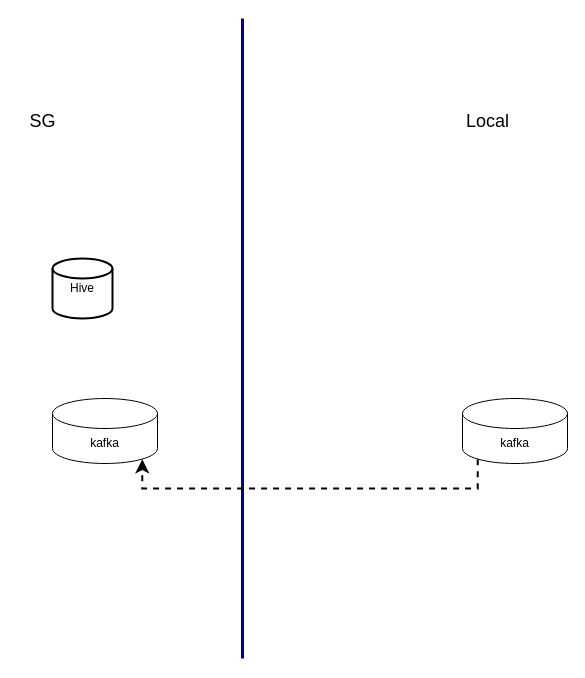
Earlier version of the draw.io diagram 未命名绘图.drawio (LadyTao/learn). Source tidied: cells renumbered, new cells numbered last; positions are measured from the earlier drawing's top-left corner, leaving out a move shared by most shapes. Both pictures are drawn from the tidied source at 100%, with x=0, y=0 at pixel (17, 18).
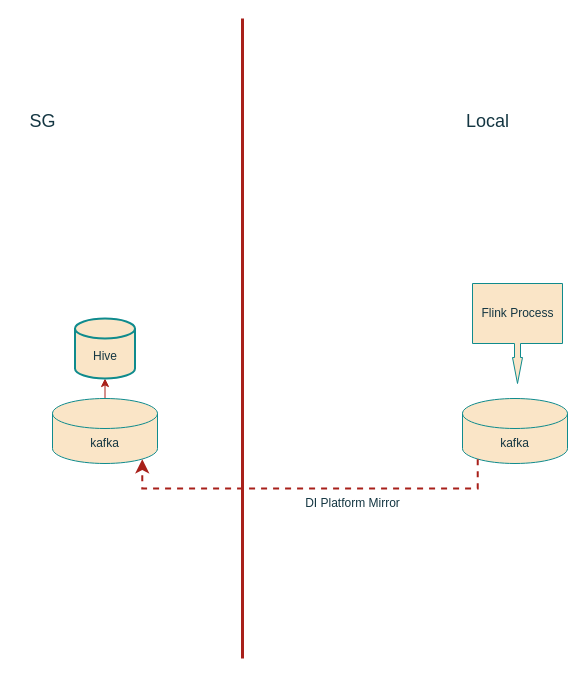
Above is the later version.

Commit message (it also covers changes not shown here):
更新未命名绘图.drawio

Diff of the diagram source:
```diff
@@
 <mxGraphModel>
   <root>
     <mxCell id="0" />
     <mxCell id="1" parent="0" />
-    <mxCell id="2" value="kafka" style="shape=cylinder3;whiteSpace=wrap;html=1;boundedLbl=1;backgroundOutline=1;size=15;rotation=0;" parent="1" vertex="1">
+    <mxCell id="2" value="kafka" style="shape=cylinder3;whiteSpace=wrap;html=1;boundedLbl=1;backgroundOutline=1;size=15;rotation=0;labelBackgroundColor=none;fillColor=#FAE5C7;strokeColor=#0F8B8D;fontColor=#143642;" parent="1" vertex="1">
       <mxGeometry x="445" y="380" width="105" height="65" as="geometry" />
     </mxCell>
+    <mxCell id="9" style="edgeStyle=orthogonalEdgeStyle;rounded=0;jettySize=auto;html=1;exitX=0.5;exitY=0;exitDx=0;exitDy=0;exitPerimeter=0;entryX=0.5;entryY=1;entryDx=0;entryDy=0;entryPerimeter=0;strokeColor=#A8201A;fontColor=#143642;fillColor=#FAE5C7;" parent="1" edge="1" source="3" target="4">
+      <mxGeometry relative="1" as="geometry" />
+    </mxCell>
-    <mxCell id="3" value="kafka" style="shape=cylinder3;whiteSpace=wrap;html=1;boundedLbl=1;backgroundOutline=1;size=15;rotation=0;" parent="1" vertex="1">
+    <mxCell id="3" value="kafka" style="shape=cylinder3;whiteSpace=wrap;html=1;boundedLbl=1;backgroundOutline=1;size=15;rotation=0;labelBackgroundColor=none;fillColor=#FAE5C7;strokeColor=#0F8B8D;fontColor=#143642;" parent="1" vertex="1">
       <mxGeometry x="35" y="380" width="105" height="65" as="geometry" />
     </mxCell>
-    <mxCell id="4" value="Hive" style="strokeWidth=2;html=1;shape=mxgraph.flowchart.database;whiteSpace=wrap;" parent="1" vertex="1">
-      <mxGeometry x="35" y="240" width="60" height="60" as="geometry" />
+    <mxCell id="4" value="&lt;br&gt;Hive" style="strokeWidth=2;html=1;shape=mxgraph.flowchart.database;whiteSpace=wrap;labelBackgroundColor=none;fillColor=#FAE5C7;strokeColor=#0F8B8D;fontColor=#143642;" parent="1" vertex="1">
+      <mxGeometry x="57.5" y="300" width="60" height="60" as="geometry" />
     </mxCell>
-    <mxCell id="5" style="endArrow=none;html=1;rounded=0;strokeWidth=3;strokeColor=#000099;" parent="1" edge="1">
+    <mxCell id="5" style="endArrow=none;html=1;rounded=0;strokeWidth=3;strokeColor=#A8201A;labelBackgroundColor=none;fontColor=default;" parent="1" edge="1">
       <mxGeometry relative="1" as="geometry">
         <mxPoint x="225" y="640" as="sourcePoint" />
         <mxPoint x="225" as="targetPoint" />
       </mxGeometry>
     </mxCell>
-    <mxCell id="6" value="&lt;font style=&quot;font-size: 18px;&quot;&gt;Local&lt;/font&gt;" style="text;html=1;align=center;verticalAlign=middle;strokeColor=none;fillColor=none;" parent="1" vertex="1">
+    <mxCell id="6" value="&lt;font style=&quot;font-size: 18px;&quot;&gt;Local&lt;/font&gt;" style="text;html=1;align=center;verticalAlign=middle;strokeColor=none;fillColor=none;labelBackgroundColor=none;fontColor=#143642;" parent="1" vertex="1">
       <mxGeometry x="435" y="83" width="70" height="40" as="geometry" />
     </mxCell>
-    <mxCell id="7" value="&lt;font style=&quot;font-size: 18px;&quot;&gt;SG&lt;/font&gt;" style="text;html=1;align=center;verticalAlign=middle;strokeColor=none;fillColor=none;" parent="1" vertex="1">
+    <mxCell id="7" value="&lt;font style=&quot;font-size: 18px;&quot;&gt;SG&lt;/font&gt;" style="text;html=1;align=center;verticalAlign=middle;strokeColor=none;fillColor=none;labelBackgroundColor=none;fontColor=#143642;" parent="1" vertex="1">
       <mxGeometry y="83" width="50" height="40" as="geometry" />
     </mxCell>
-    <mxCell id="8" style="edgeStyle=elbowEdgeStyle;elbow=horizontal;endArrow=classic;html=1;curved=0;rounded=0;endSize=8;startSize=8;exitX=0.145;exitY=1;exitDx=0;exitDy=-4.35;exitPerimeter=0;entryX=0.855;entryY=1;entryDx=0;entryDy=-4.35;entryPerimeter=0;dashed=1;strokeWidth=2;" parent="1" edge="1" source="2" target="3">
+    <mxCell id="8" style="edgeStyle=elbowEdgeStyle;elbow=horizontal;endArrow=classic;html=1;curved=0;rounded=0;endSize=8;startSize=8;exitX=0.145;exitY=1;exitDx=0;exitDy=-4.35;exitPerimeter=0;entryX=0.855;entryY=1;entryDx=0;entryDy=-4.35;entryPerimeter=0;dashed=1;strokeWidth=2;labelBackgroundColor=none;strokeColor=#A8201A;fontColor=default;" parent="1" edge="1" source="2" target="3">
       <mxGeometry relative="1" as="geometry">
         <Array as="points">
           <mxPoint x="285" y="470" />
         </Array>
       </mxGeometry>
     </mxCell>
+    <mxCell id="10" style="html=1;shadow=0;dashed=0;align=center;verticalAlign=middle;shape=mxgraph.arrows2.calloutArrow;dy=3;dx=26;notch=60;arrowHead=2;strokeColor=#0F8B8D;fontColor=#143642;fillColor=#FAE5C7;rotation=90;" parent="1" vertex="1">
+      <mxGeometry x="450" y="270" width="100" height="90" as="geometry" />
+    </mxCell>
+    <mxCell id="11" value="Flink Process" style="text;html=1;align=center;verticalAlign=middle;strokeColor=none;fillColor=none;fontColor=#143642;" parent="1" vertex="1">
+      <mxGeometry x="450" y="280" width="100" height="30" as="geometry" />
+    </mxCell>
+    <mxCell id="12" value="DI Platform Mirror" style="text;html=1;align=center;verticalAlign=middle;strokeColor=none;fillColor=none;fontColor=#143642;" parent="1" vertex="1">
+      <mxGeometry x="275" y="470" width="120" height="30" as="geometry" />
+    </mxCell>
   </root>
 </mxGraphModel>
```
